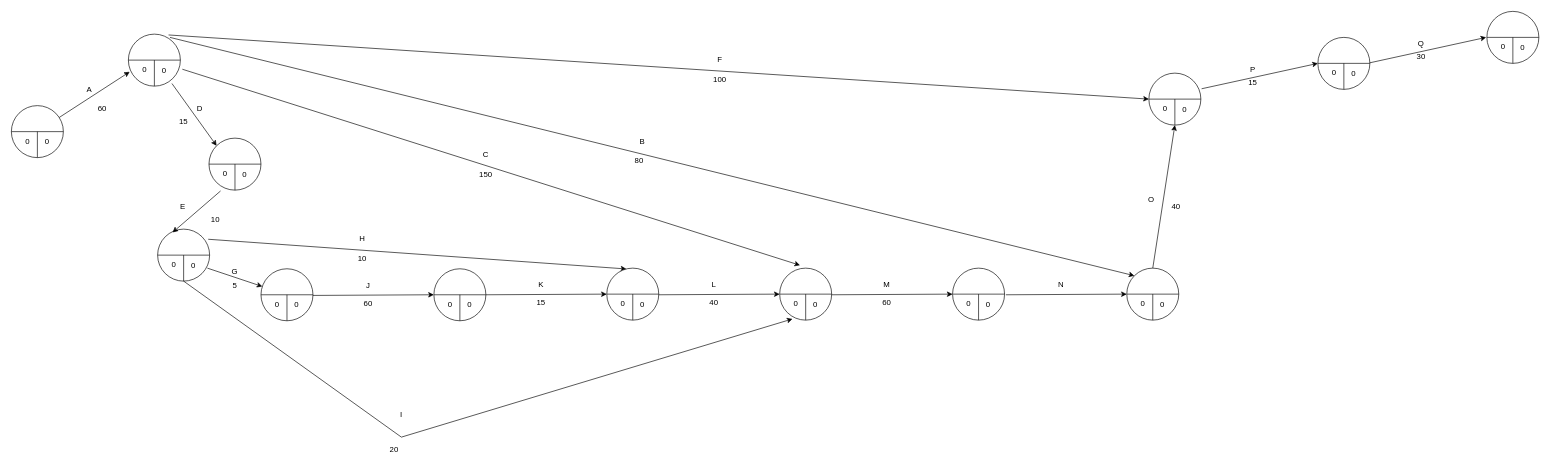
Before: CPM.drawio in martinoak/culs-diagrams-net, a draw.io diagram. Source tidied: cells renumbered, new cells numbered last; positions are measured from the earlier drawing's top-left corner, leaving out a move shared by most shapes. Both pictures are drawn from the tidied source at 65%, with x=0, y=0 at pixel (11, 11).
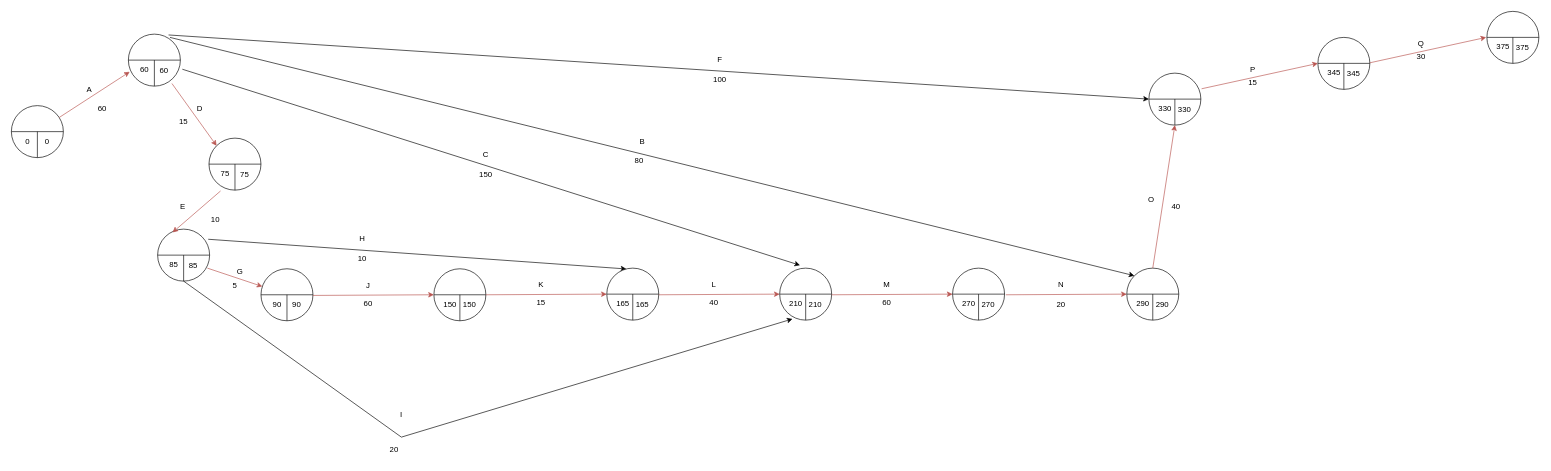
The same page after the edit.

The change refers to these unchanged cells:
```xml
<mxCell id="2" style="ellipse;whiteSpace=wrap;html=1;" parent="1" vertex="1">
  <mxGeometry x="180" y="35" width="80" height="80" as="geometry" />
</mxCell>
<mxCell id="7" style="ellipse;whiteSpace=wrap;html=1;" parent="1" vertex="1">
  <mxGeometry y="145" width="80" height="80" as="geometry" />
</mxCell>
<mxCell id="21" style="ellipse;whiteSpace=wrap;html=1;" parent="1" vertex="1">
  <mxGeometry x="304" y="195" width="80" height="80" as="geometry" />
</mxCell>
<mxCell id="29" style="ellipse;whiteSpace=wrap;html=1;" parent="1" vertex="1">
  <mxGeometry x="225" y="335" width="80" height="80" as="geometry" />
</mxCell>
<mxCell id="37" style="ellipse;whiteSpace=wrap;html=1;" parent="1" vertex="1">
  <mxGeometry x="384" y="396" width="80" height="80" as="geometry" />
</mxCell>
<mxCell id="51" style="ellipse;whiteSpace=wrap;html=1;" parent="1" vertex="1">
  <mxGeometry x="650" y="396" width="80" height="80" as="geometry" />
</mxCell>
<mxCell id="59" style="ellipse;whiteSpace=wrap;html=1;" parent="1" vertex="1">
  <mxGeometry x="916" y="395" width="80" height="80" as="geometry" />
</mxCell>
<mxCell id="67" style="ellipse;whiteSpace=wrap;html=1;" parent="1" vertex="1">
  <mxGeometry x="1182" y="395" width="80" height="80" as="geometry" />
</mxCell>
<mxCell id="75" style="ellipse;whiteSpace=wrap;html=1;" parent="1" vertex="1">
  <mxGeometry x="1448" y="395" width="80" height="80" as="geometry" />
</mxCell>
<mxCell id="83" style="ellipse;whiteSpace=wrap;html=1;" parent="1" vertex="1">
  <mxGeometry x="1716" y="395" width="80" height="80" as="geometry" />
</mxCell>
<mxCell id="91" style="ellipse;whiteSpace=wrap;html=1;" parent="1" vertex="1">
  <mxGeometry x="1750" y="95" width="80" height="80" as="geometry" />
</mxCell>
<mxCell id="101" style="ellipse;whiteSpace=wrap;html=1;" parent="1" vertex="1">
  <mxGeometry x="2010" y="40" width="80" height="80" as="geometry" />
</mxCell>
```

Change to the diagram source:
```diff
@@
-    <mxCell id="5" value="0" style="text;html=1;strokeColor=none;fillColor=none;align=center;verticalAlign=middle;whiteSpace=wrap;rounded=0;" parent="1" vertex="1">
+    <mxCell id="5" value="60" style="text;html=1;strokeColor=none;fillColor=none;align=center;verticalAlign=middle;whiteSpace=wrap;rounded=0;" parent="1" vertex="1">
       <mxGeometry x="190" y="75" width="30" height="30" as="geometry" />
     </mxCell>
-    <mxCell id="6" value="0" style="text;html=1;strokeColor=none;fillColor=none;align=center;verticalAlign=middle;whiteSpace=wrap;rounded=0;" parent="1" vertex="1">
+    <mxCell id="6" value="60" style="text;html=1;strokeColor=none;fillColor=none;align=center;verticalAlign=middle;whiteSpace=wrap;rounded=0;" parent="1" vertex="1">
       <mxGeometry x="220" y="76" width="30" height="30" as="geometry" />
     </mxCell>
@@
-    <mxCell id="12" style="endArrow=classic;html=1;rounded=0;entryX=0.025;entryY=0.725;entryDx=0;entryDy=0;entryPerimeter=0;" parent="1" edge="1" source="7" target="2">
+    <mxCell id="12" style="endArrow=classic;html=1;rounded=0;entryX=0.025;entryY=0.725;entryDx=0;entryDy=0;entryPerimeter=0;fillColor=#f8cecc;strokeColor=#b85450;" parent="1" edge="1" source="7" target="2">
       <mxGeometry relative="1" as="geometry" />
     </mxCell>
@@
-    <mxCell id="24" value="0" style="text;html=1;strokeColor=none;fillColor=none;align=center;verticalAlign=middle;whiteSpace=wrap;rounded=0;" parent="1" vertex="1">
+    <mxCell id="24" value="75" style="text;html=1;strokeColor=none;fillColor=none;align=center;verticalAlign=middle;whiteSpace=wrap;rounded=0;" parent="1" vertex="1">
       <mxGeometry x="314" y="235" width="30" height="30" as="geometry" />
     </mxCell>
-    <mxCell id="25" value="0" style="text;html=1;strokeColor=none;fillColor=none;align=center;verticalAlign=middle;whiteSpace=wrap;rounded=0;" parent="1" vertex="1">
+    <mxCell id="25" value="75" style="text;html=1;strokeColor=none;fillColor=none;align=center;verticalAlign=middle;whiteSpace=wrap;rounded=0;" parent="1" vertex="1">
       <mxGeometry x="344" y="236" width="30" height="30" as="geometry" />
     </mxCell>
-    <mxCell id="26" style="endArrow=classic;html=1;rounded=0;entryX=0;entryY=0;entryDx=0;entryDy=0;exitX=0.838;exitY=0.95;exitDx=0;exitDy=0;exitPerimeter=0;" parent="1" edge="1" source="2" target="21">
+    <mxCell id="26" style="endArrow=classic;html=1;rounded=0;entryX=0;entryY=0;entryDx=0;entryDy=0;exitX=0.838;exitY=0.95;exitDx=0;exitDy=0;exitPerimeter=0;fillColor=#f8cecc;strokeColor=#b85450;" parent="1" edge="1" source="2" target="21">
       <mxGeometry relative="1" as="geometry" />
     </mxCell>
@@
-    <mxCell id="32" value="0" style="text;html=1;strokeColor=none;fillColor=none;align=center;verticalAlign=middle;whiteSpace=wrap;rounded=0;" parent="1" vertex="1">
+    <mxCell id="32" value="85" style="text;html=1;strokeColor=none;fillColor=none;align=center;verticalAlign=middle;whiteSpace=wrap;rounded=0;" parent="1" vertex="1">
       <mxGeometry x="235" y="375" width="30" height="30" as="geometry" />
     </mxCell>
-    <mxCell id="33" value="0" style="text;html=1;strokeColor=none;fillColor=none;align=center;verticalAlign=middle;whiteSpace=wrap;rounded=0;" parent="1" vertex="1">
+    <mxCell id="33" value="85" style="text;html=1;strokeColor=none;fillColor=none;align=center;verticalAlign=middle;whiteSpace=wrap;rounded=0;" parent="1" vertex="1">
       <mxGeometry x="265" y="376" width="30" height="30" as="geometry" />
     </mxCell>
-    <mxCell id="34" style="endArrow=classic;html=1;rounded=0;entryX=0.288;entryY=0.063;entryDx=0;entryDy=0;entryPerimeter=0;exitX=0.223;exitY=1.016;exitDx=0;exitDy=0;exitPerimeter=0;" parent="1" edge="1" source="21" target="29">
+    <mxCell id="34" style="endArrow=classic;html=1;rounded=0;entryX=0.288;entryY=0.063;entryDx=0;entryDy=0;entryPerimeter=0;exitX=0.223;exitY=1.016;exitDx=0;exitDy=0;exitPerimeter=0;fillColor=#f8cecc;strokeColor=#b85450;" parent="1" edge="1" source="21" target="29">
       <mxGeometry relative="1" as="geometry" />
     </mxCell>
@@
-    <mxCell id="40" value="0" style="text;html=1;strokeColor=none;fillColor=none;align=center;verticalAlign=middle;whiteSpace=wrap;rounded=0;" parent="1" vertex="1">
+    <mxCell id="40" value="90" style="text;html=1;strokeColor=none;fillColor=none;align=center;verticalAlign=middle;whiteSpace=wrap;rounded=0;" parent="1" vertex="1">
       <mxGeometry x="394" y="436" width="30" height="30" as="geometry" />
     </mxCell>
-    <mxCell id="41" value="0" style="text;html=1;strokeColor=none;fillColor=none;align=center;verticalAlign=middle;whiteSpace=wrap;rounded=0;" parent="1" vertex="1">
+    <mxCell id="41" value="90" style="text;html=1;strokeColor=none;fillColor=none;align=center;verticalAlign=middle;whiteSpace=wrap;rounded=0;" parent="1" vertex="1">
       <mxGeometry x="424" y="437" width="30" height="30" as="geometry" />
     </mxCell>
-    <mxCell id="42" style="endArrow=classic;html=1;rounded=0;" parent="1" edge="1" target="37">
+    <mxCell id="42" style="endArrow=classic;html=1;rounded=0;fillColor=#f8cecc;strokeColor=#b85450;" parent="1" edge="1" target="37">
       <mxGeometry relative="1" as="geometry">
         <mxPoint x="301.6" y="395" as="sourcePoint" />
       </mxGeometry>
     </mxCell>
     <mxCell id="43" value="G" style="text;html=1;strokeColor=none;fillColor=none;align=center;verticalAlign=middle;whiteSpace=wrap;rounded=0;" parent="1" vertex="1">
-      <mxGeometry x="314" y="385" width="60" height="30" as="geometry" />
+      <mxGeometry x="330" y="385" width="44" height="30" as="geometry" />
     </mxCell>
@@
-    <mxCell id="54" value="0" style="text;html=1;strokeColor=none;fillColor=none;align=center;verticalAlign=middle;whiteSpace=wrap;rounded=0;" parent="1" vertex="1">
+    <mxCell id="54" value="150" style="text;html=1;strokeColor=none;fillColor=none;align=center;verticalAlign=middle;whiteSpace=wrap;rounded=0;" parent="1" vertex="1">
       <mxGeometry x="660" y="436" width="30" height="30" as="geometry" />
     </mxCell>
-    <mxCell id="55" value="0" style="text;html=1;strokeColor=none;fillColor=none;align=center;verticalAlign=middle;whiteSpace=wrap;rounded=0;" parent="1" vertex="1">
+    <mxCell id="55" value="150" style="text;html=1;strokeColor=none;fillColor=none;align=center;verticalAlign=middle;whiteSpace=wrap;rounded=0;" parent="1" vertex="1">
       <mxGeometry x="690" y="437" width="30" height="30" as="geometry" />
     </mxCell>
-    <mxCell id="56" style="endArrow=classic;html=1;rounded=0;entryX=0;entryY=0.5;entryDx=0;entryDy=0;" parent="1" edge="1" target="51">
+    <mxCell id="56" style="endArrow=classic;html=1;rounded=0;entryX=0;entryY=0.5;entryDx=0;entryDy=0;fillColor=#f8cecc;strokeColor=#b85450;" parent="1" edge="1" target="51">
       <mxGeometry relative="1" as="geometry">
         <mxPoint x="464" y="437" as="sourcePoint" />
       </mxGeometry>
     </mxCell>
@@
-    <mxCell id="62" value="0" style="text;html=1;strokeColor=none;fillColor=none;align=center;verticalAlign=middle;whiteSpace=wrap;rounded=0;" parent="1" vertex="1">
+    <mxCell id="62" value="165" style="text;html=1;strokeColor=none;fillColor=none;align=center;verticalAlign=middle;whiteSpace=wrap;rounded=0;" parent="1" vertex="1">
       <mxGeometry x="926" y="435" width="30" height="30" as="geometry" />
     </mxCell>
-    <mxCell id="63" value="0" style="text;html=1;strokeColor=none;fillColor=none;align=center;verticalAlign=middle;whiteSpace=wrap;rounded=0;" parent="1" vertex="1">
+    <mxCell id="63" value="165" style="text;html=1;strokeColor=none;fillColor=none;align=center;verticalAlign=middle;whiteSpace=wrap;rounded=0;" parent="1" vertex="1">
       <mxGeometry x="956" y="436" width="30" height="30" as="geometry" />
     </mxCell>
-    <mxCell id="64" style="endArrow=classic;html=1;rounded=0;entryX=0;entryY=0.5;entryDx=0;entryDy=0;" parent="1" edge="1" target="59">
+    <mxCell id="64" style="endArrow=classic;html=1;rounded=0;entryX=0;entryY=0.5;entryDx=0;entryDy=0;fillColor=#f8cecc;strokeColor=#b85450;" parent="1" edge="1" target="59">
       <mxGeometry relative="1" as="geometry">
         <mxPoint x="730" y="436" as="sourcePoint" />
       </mxGeometry>
     </mxCell>
@@
-    <mxCell id="70" value="0" style="text;html=1;strokeColor=none;fillColor=none;align=center;verticalAlign=middle;whiteSpace=wrap;rounded=0;" parent="1" vertex="1">
+    <mxCell id="70" value="210" style="text;html=1;strokeColor=none;fillColor=none;align=center;verticalAlign=middle;whiteSpace=wrap;rounded=0;" parent="1" vertex="1">
       <mxGeometry x="1192" y="435" width="30" height="30" as="geometry" />
     </mxCell>
-    <mxCell id="71" value="0" style="text;html=1;strokeColor=none;fillColor=none;align=center;verticalAlign=middle;whiteSpace=wrap;rounded=0;" parent="1" vertex="1">
+    <mxCell id="71" value="210" style="text;html=1;strokeColor=none;fillColor=none;align=center;verticalAlign=middle;whiteSpace=wrap;rounded=0;" parent="1" vertex="1">
       <mxGeometry x="1222" y="436" width="30" height="30" as="geometry" />
     </mxCell>
-    <mxCell id="72" style="endArrow=classic;html=1;rounded=0;entryX=0;entryY=0.5;entryDx=0;entryDy=0;" parent="1" edge="1" target="67">
+    <mxCell id="72" style="endArrow=classic;html=1;rounded=0;entryX=0;entryY=0.5;entryDx=0;entryDy=0;fillColor=#f8cecc;strokeColor=#b85450;" parent="1" edge="1" target="67">
       <mxGeometry relative="1" as="geometry">
         <mxPoint x="996" y="436" as="sourcePoint" />
       </mxGeometry>
     </mxCell>
@@
-    <mxCell id="78" value="0" style="text;html=1;strokeColor=none;fillColor=none;align=center;verticalAlign=middle;whiteSpace=wrap;rounded=0;" parent="1" vertex="1">
+    <mxCell id="78" value="270" style="text;html=1;strokeColor=none;fillColor=none;align=center;verticalAlign=middle;whiteSpace=wrap;rounded=0;" parent="1" vertex="1">
       <mxGeometry x="1458" y="435" width="30" height="30" as="geometry" />
     </mxCell>
-    <mxCell id="79" value="0" style="text;html=1;strokeColor=none;fillColor=none;align=center;verticalAlign=middle;whiteSpace=wrap;rounded=0;" parent="1" vertex="1">
+    <mxCell id="79" value="270" style="text;html=1;strokeColor=none;fillColor=none;align=center;verticalAlign=middle;whiteSpace=wrap;rounded=0;" parent="1" vertex="1">
       <mxGeometry x="1488" y="436" width="30" height="30" as="geometry" />
     </mxCell>
-    <mxCell id="80" style="endArrow=classic;html=1;rounded=0;entryX=0;entryY=0.5;entryDx=0;entryDy=0;" parent="1" edge="1" target="75">
+    <mxCell id="80" style="endArrow=classic;html=1;rounded=0;entryX=0;entryY=0.5;entryDx=0;entryDy=0;fillColor=#f8cecc;strokeColor=#b85450;" parent="1" edge="1" target="75">
       <mxGeometry relative="1" as="geometry">
         <mxPoint x="1262" y="436" as="sourcePoint" />
       </mxGeometry>
     </mxCell>
@@
-    <mxCell id="86" value="0" style="text;html=1;strokeColor=none;fillColor=none;align=center;verticalAlign=middle;whiteSpace=wrap;rounded=0;" parent="1" vertex="1">
+    <mxCell id="86" value="290" style="text;html=1;strokeColor=none;fillColor=none;align=center;verticalAlign=middle;whiteSpace=wrap;rounded=0;" parent="1" vertex="1">
       <mxGeometry x="1726" y="435" width="30" height="30" as="geometry" />
     </mxCell>
-    <mxCell id="87" value="0" style="text;html=1;strokeColor=none;fillColor=none;align=center;verticalAlign=middle;whiteSpace=wrap;rounded=0;" parent="1" vertex="1">
+    <mxCell id="87" value="290" style="text;html=1;strokeColor=none;fillColor=none;align=center;verticalAlign=middle;whiteSpace=wrap;rounded=0;" parent="1" vertex="1">
       <mxGeometry x="1756" y="436" width="30" height="30" as="geometry" />
     </mxCell>
-    <mxCell id="88" style="endArrow=classic;html=1;rounded=0;entryX=0;entryY=0.5;entryDx=0;entryDy=0;" parent="1" edge="1" target="83">
+    <mxCell id="88" style="endArrow=classic;html=1;rounded=0;entryX=0;entryY=0.5;entryDx=0;entryDy=0;fillColor=#f8cecc;strokeColor=#b85450;" parent="1" edge="1" target="83">
       <mxGeometry relative="1" as="geometry">
         <mxPoint x="1530" y="436" as="sourcePoint" />
       </mxGeometry>
     </mxCell>
@@
-    <mxCell id="94" value="0" style="text;html=1;strokeColor=none;fillColor=none;align=center;verticalAlign=middle;whiteSpace=wrap;rounded=0;" parent="1" vertex="1">
+    <mxCell id="94" value="330" style="text;html=1;strokeColor=none;fillColor=none;align=center;verticalAlign=middle;whiteSpace=wrap;rounded=0;" parent="1" vertex="1">
       <mxGeometry x="1760" y="135" width="30" height="30" as="geometry" />
     </mxCell>
-    <mxCell id="95" value="0" style="text;html=1;strokeColor=none;fillColor=none;align=center;verticalAlign=middle;whiteSpace=wrap;rounded=0;" parent="1" vertex="1">
+    <mxCell id="95" value="330" style="text;html=1;strokeColor=none;fillColor=none;align=center;verticalAlign=middle;whiteSpace=wrap;rounded=0;" parent="1" vertex="1">
       <mxGeometry x="1790" y="136" width="30" height="30" as="geometry" />
     </mxCell>
-    <mxCell id="96" style="endArrow=classic;html=1;rounded=0;exitX=0.5;exitY=0;exitDx=0;exitDy=0;" parent="1" edge="1" source="83">
+    <mxCell id="96" style="endArrow=classic;html=1;rounded=0;exitX=0.5;exitY=0;exitDx=0;exitDy=0;fillColor=#f8cecc;strokeColor=#b85450;" parent="1" edge="1" source="83">
       <mxGeometry relative="1" as="geometry">
         <mxPoint x="1790" y="175" as="targetPoint" />
       </mxGeometry>
     </mxCell>
@@
-    <mxCell id="104" value="0" style="text;html=1;strokeColor=none;fillColor=none;align=center;verticalAlign=middle;whiteSpace=wrap;rounded=0;" parent="1" vertex="1">
+    <mxCell id="104" value="345" style="text;html=1;strokeColor=none;fillColor=none;align=center;verticalAlign=middle;whiteSpace=wrap;rounded=0;" parent="1" vertex="1">
       <mxGeometry x="2020" y="80" width="30" height="30" as="geometry" />
     </mxCell>
-    <mxCell id="105" value="0" style="text;html=1;strokeColor=none;fillColor=none;align=center;verticalAlign=middle;whiteSpace=wrap;rounded=0;" parent="1" vertex="1">
+    <mxCell id="105" value="345" style="text;html=1;strokeColor=none;fillColor=none;align=center;verticalAlign=middle;whiteSpace=wrap;rounded=0;" parent="1" vertex="1">
       <mxGeometry x="2050" y="81" width="30" height="30" as="geometry" />
     </mxCell>
-    <mxCell id="106" style="endArrow=classic;html=1;rounded=0;entryX=0;entryY=0.5;entryDx=0;entryDy=0;exitX=1.014;exitY=0.301;exitDx=0;exitDy=0;exitPerimeter=0;" parent="1" edge="1" source="91" target="101">
+    <mxCell id="106" style="endArrow=classic;html=1;rounded=0;entryX=0;entryY=0.5;entryDx=0;entryDy=0;exitX=1.014;exitY=0.301;exitDx=0;exitDy=0;exitPerimeter=0;fillColor=#f8cecc;strokeColor=#b85450;" parent="1" edge="1" source="91" target="101">
       <mxGeometry relative="1" as="geometry" />
     </mxCell>
@@
-    <mxCell id="112" value="0" style="text;html=1;strokeColor=none;fillColor=none;align=center;verticalAlign=middle;whiteSpace=wrap;rounded=0;" parent="1" vertex="1">
+    <mxCell id="112" value="375" style="text;html=1;strokeColor=none;fillColor=none;align=center;verticalAlign=middle;whiteSpace=wrap;rounded=0;" parent="1" vertex="1">
       <mxGeometry x="2280" y="40" width="30" height="30" as="geometry" />
     </mxCell>
-    <mxCell id="113" value="0" style="text;html=1;strokeColor=none;fillColor=none;align=center;verticalAlign=middle;whiteSpace=wrap;rounded=0;" parent="1" vertex="1">
+    <mxCell id="113" value="375" style="text;html=1;strokeColor=none;fillColor=none;align=center;verticalAlign=middle;whiteSpace=wrap;rounded=0;" parent="1" vertex="1">
       <mxGeometry x="2310" y="41" width="30" height="30" as="geometry" />
     </mxCell>
-    <mxCell id="114" style="endArrow=classic;html=1;rounded=0;entryX=0;entryY=0.5;entryDx=0;entryDy=0;exitX=1.014;exitY=0.301;exitDx=0;exitDy=0;exitPerimeter=0;" parent="1" edge="1">
+    <mxCell id="114" style="endArrow=classic;html=1;rounded=0;entryX=0;entryY=0.5;entryDx=0;entryDy=0;exitX=1.014;exitY=0.301;exitDx=0;exitDy=0;exitPerimeter=0;fillColor=#f8cecc;strokeColor=#b85450;" parent="1" edge="1">
       <mxGeometry relative="1" as="geometry">
         <mxPoint x="2090" y="79.1" as="sourcePoint" />
         <mxPoint x="2268.9" y="40" as="targetPoint" />
       </mxGeometry>
     </mxCell>
@@
+    <mxCell id="117" value="20" style="text;html=1;strokeColor=none;fillColor=none;align=center;verticalAlign=middle;whiteSpace=wrap;rounded=0;" parent="1" vertex="1">
+      <mxGeometry x="1585" y="437" width="60" height="30" as="geometry" />
+    </mxCell>
```
